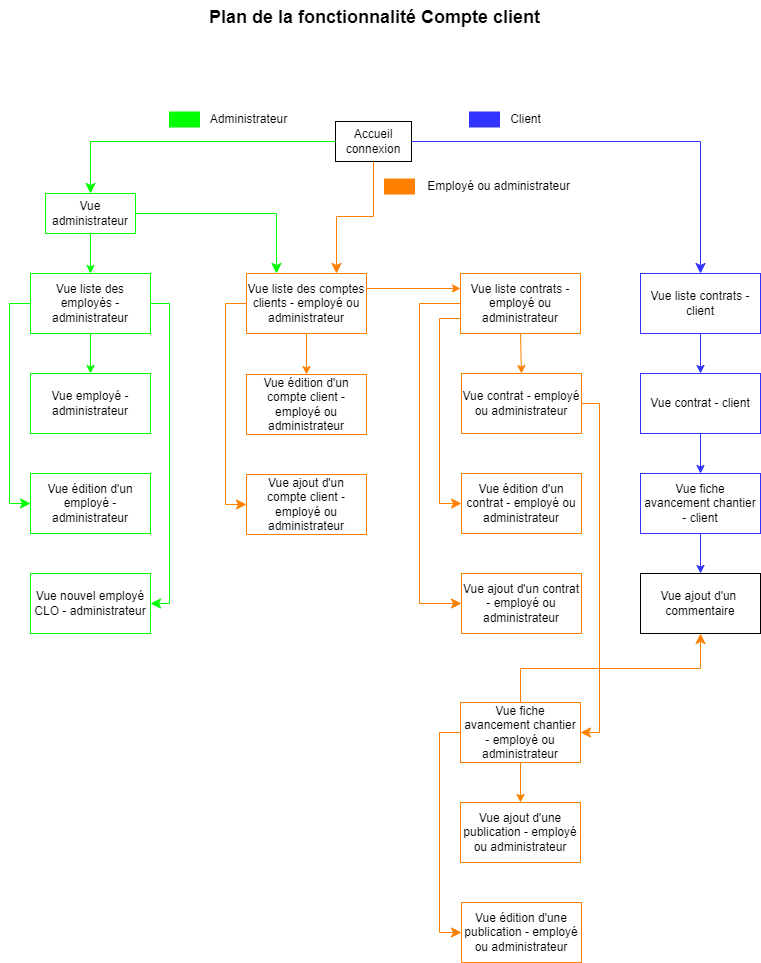
Georges-github/Stage_chez_CLO keeps this draw.io diagram as specifications fonctionnelles.png. Above is the earlier version. Source tidied: cells renumbered, new cells last; positions are measured from the earlier drawing's top-left corner, leaving out a move shared by most shapes.
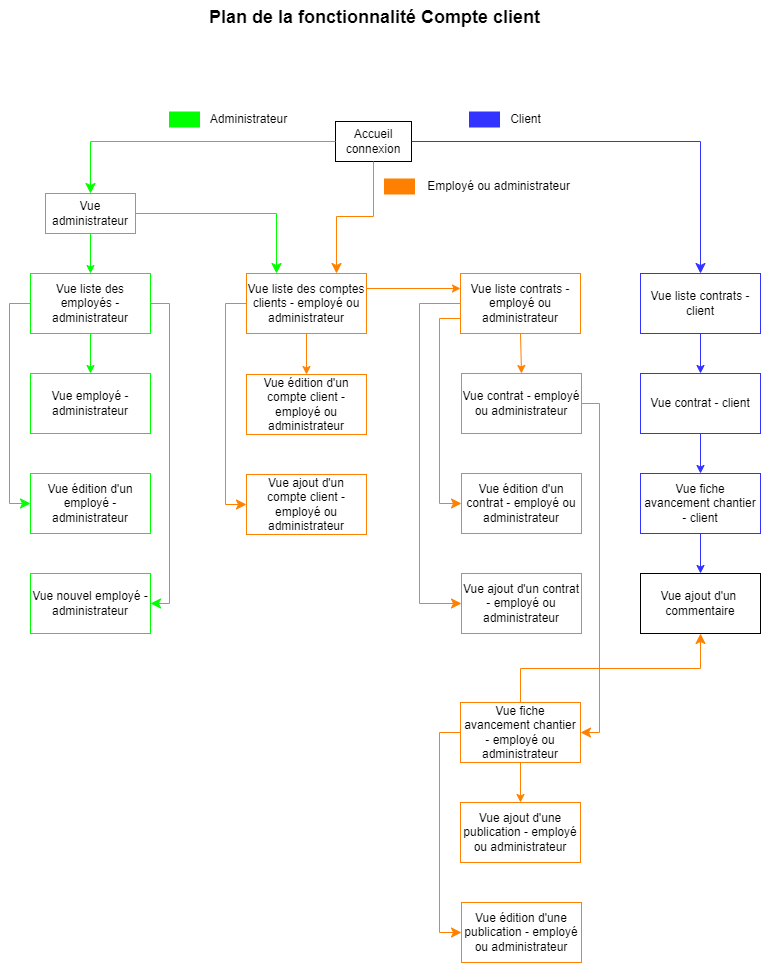
After the change.

The edit, as a diff of the source:
```diff
@@ -32,7 +32,7 @@
     <mxCell id="11" value="Vue liste des comptes clients - employé ou administrateur" style="rounded=0;whiteSpace=wrap;html=1;strokeColor=#FF8000;" parent="1" vertex="1">
       <mxGeometry x="237" y="273" width="120" height="60" as="geometry" />
     </mxCell>
-    <mxCell id="12" value="Vue nouvel employé CLO - administrateur" style="rounded=0;whiteSpace=wrap;html=1;strokeColor=#00FF00;" parent="1" vertex="1">
+    <mxCell id="12" value="Vue nouvel employé - administrateur" style="rounded=0;whiteSpace=wrap;html=1;strokeColor=#00FF00;" parent="1" vertex="1">
       <mxGeometry x="21" y="573" width="120" height="60" as="geometry" />
     </mxCell>
     <mxCell id="13" style="edgeStyle=elbowEdgeStyle;elbow=horizontal;endArrow=classic;html=1;curved=0;rounded=0;endSize=8;startSize=8;exitX=0;exitY=0.5;exitDx=0;exitDy=0;strokeColor=#00FF00;" parent="1" edge="1" source="6">
```
